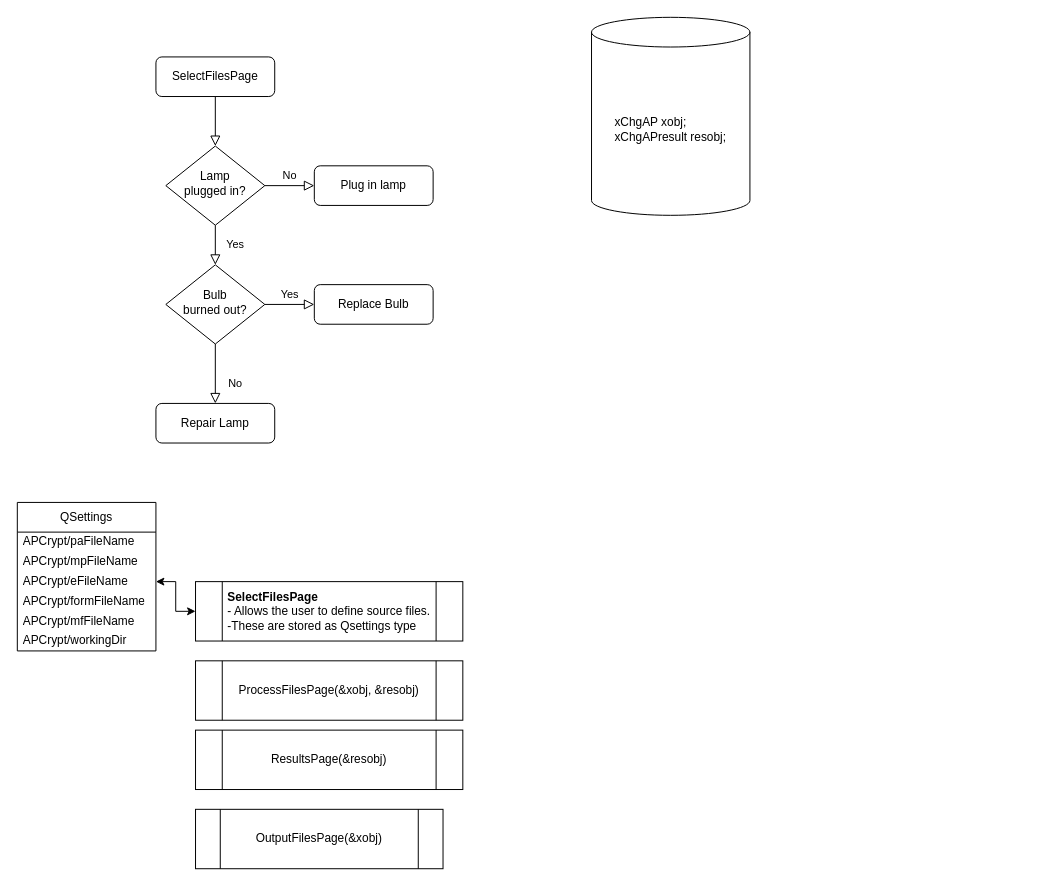
This is AdicPrepCrypt_Flow.drawio from paucoma/diagrams_dot_net, a draw.io file, before an edit. Source tidied: cells renumbered, new cells numbered last; positions are measured from the earlier drawing's top-left corner, leaving out a move shared by most shapes. Both pictures are drawn from the tidied source at 99%, with x=0, y=0 at pixel (17, 17).
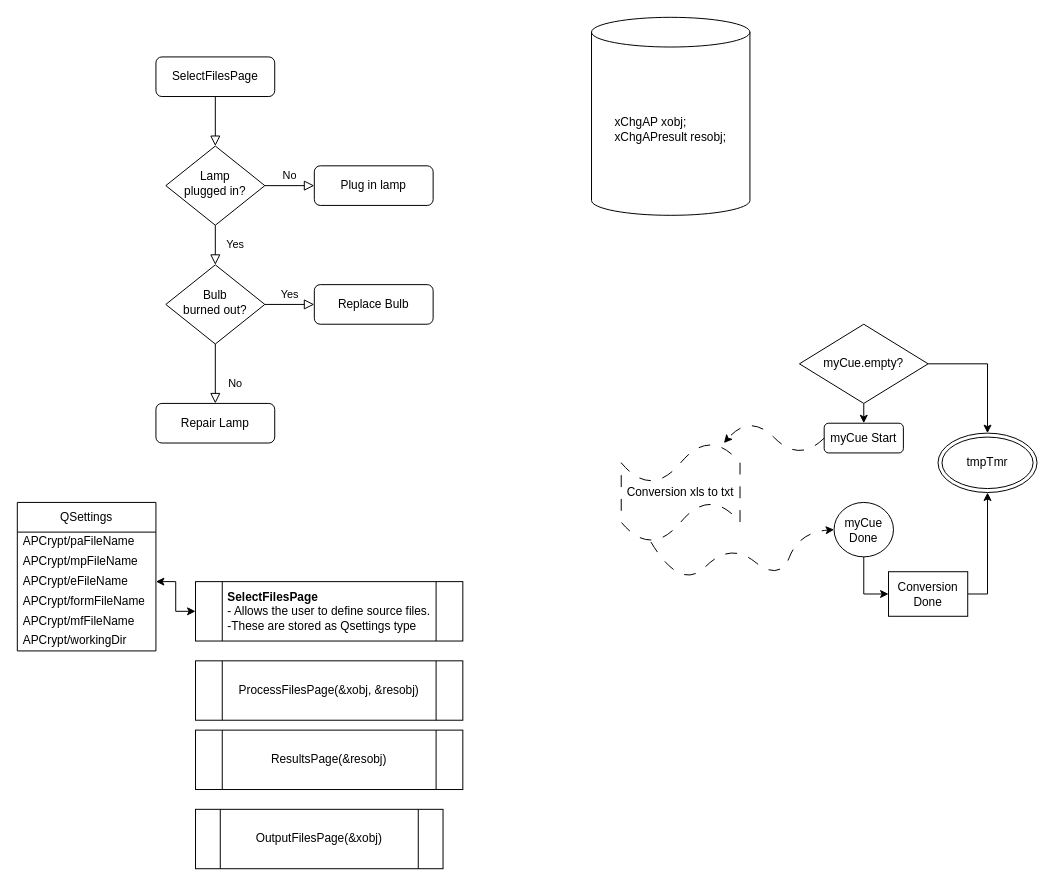
After the change.

What changed in the source:
```diff
@@
+    <mxCell id="26" value="tmpTmr" style="ellipse;shape=doubleEllipse;whiteSpace=wrap;html=1;" parent="1" vertex="1">
+      <mxGeometry x="930" y="420" width="100" height="60" as="geometry" />
+    </mxCell>
+    <mxCell id="27" style="edgeStyle=orthogonalEdgeStyle;rounded=0;jettySize=auto;html=1;exitX=1;exitY=0.5;exitDx=0;exitDy=0;" parent="1" edge="1" source="29" target="26">
+      <mxGeometry relative="1" as="geometry" />
+    </mxCell>
+    <mxCell id="28" style="edgeStyle=orthogonalEdgeStyle;rounded=0;jettySize=auto;html=1;exitX=0.5;exitY=1;exitDx=0;exitDy=0;entryX=0.5;entryY=0;entryDx=0;entryDy=0;" parent="1" edge="1" source="29" target="30">
+      <mxGeometry relative="1" as="geometry" />
+    </mxCell>
+    <mxCell id="29" value="myCue.empty?" style="rhombus;whiteSpace=wrap;html=1;" parent="1" vertex="1">
+      <mxGeometry x="790" y="310" width="130" height="80" as="geometry" />
+    </mxCell>
+    <mxCell id="30" value="myCue Start" style="rounded=1;whiteSpace=wrap;html=1;" parent="1" vertex="1">
+      <mxGeometry x="815" y="410" width="80" height="30" as="geometry" />
+    </mxCell>
+    <mxCell id="31" style="edgeStyle=orthogonalEdgeStyle;rounded=0;jettySize=auto;html=1;exitX=0.5;exitY=1;exitDx=0;exitDy=0;entryX=0;entryY=0.5;entryDx=0;entryDy=0;" parent="1" edge="1" source="32" target="34">
+      <mxGeometry relative="1" as="geometry" />
+    </mxCell>
+    <mxCell id="32" value="myCue Done" style="ellipse;whiteSpace=wrap;html=1;" parent="1" vertex="1">
+      <mxGeometry x="825" y="490" width="60" height="55" as="geometry" />
+    </mxCell>
+    <mxCell id="33" style="edgeStyle=orthogonalEdgeStyle;rounded=0;jettySize=auto;html=1;exitX=1;exitY=0.5;exitDx=0;exitDy=0;entryX=0.5;entryY=1;entryDx=0;entryDy=0;" parent="1" edge="1" source="34" target="26">
+      <mxGeometry relative="1" as="geometry" />
+    </mxCell>
+    <mxCell id="34" value="Conversion Done" style="rounded=0;whiteSpace=wrap;html=1;" parent="1" vertex="1">
+      <mxGeometry x="880" y="560" width="80" height="45" as="geometry" />
+    </mxCell>
+    <mxCell id="35" value="Conversion xls to txt" style="shape=tape;whiteSpace=wrap;html=1;dashed=1;dashPattern=12 12;" parent="1" vertex="1">
+      <mxGeometry x="610" y="430" width="120" height="100" as="geometry" />
+    </mxCell>
+    <mxCell id="36" style="curved=1;endArrow=classic;html=1;rounded=0;exitX=0;exitY=0.5;exitDx=0;exitDy=0;dashed=1;dashPattern=12 12;" parent="1" edge="1" source="30" target="35">
+      <mxGeometry relative="1" as="geometry">
+        <Array as="points">
+          <mxPoint x="790" y="450" />
+          <mxPoint x="740" y="400" />
+        </Array>
+      </mxGeometry>
+    </mxCell>
+    <mxCell id="37" style="curved=1;endArrow=classic;html=1;rounded=0;exitX=0.25;exitY=1;exitDx=0;exitDy=0;exitPerimeter=0;entryX=0;entryY=0.5;entryDx=0;entryDy=0;dashed=1;dashPattern=12 12;" parent="1" edge="1" source="35" target="32">
+      <mxGeometry relative="1" as="geometry">
+        <Array as="points">
+          <mxPoint x="670" y="580" />
+          <mxPoint x="720" y="530" />
+          <mxPoint x="770" y="570" />
+          <mxPoint x="790" y="520" />
+        </Array>
+      </mxGeometry>
+    </mxCell>
```
